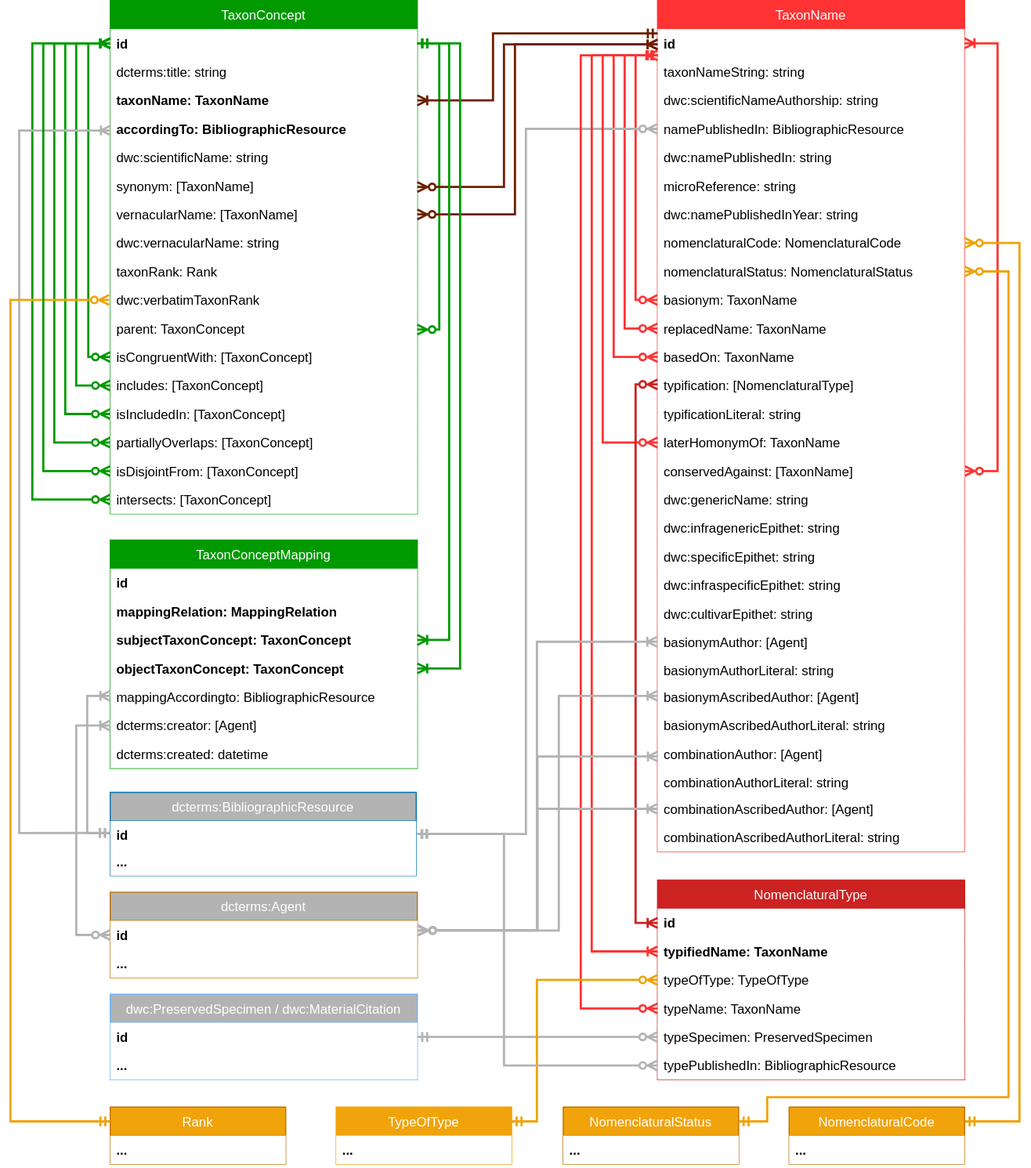
tdwg/tcs2 keeps this draw.io diagram as docs/media/tcs-diagram.drawio.svg. Above is the earlier version. Source tidied: cells renumbered, new cells last; positions are measured from the earlier drawing's top-left corner, leaving out a move shared by most shapes.
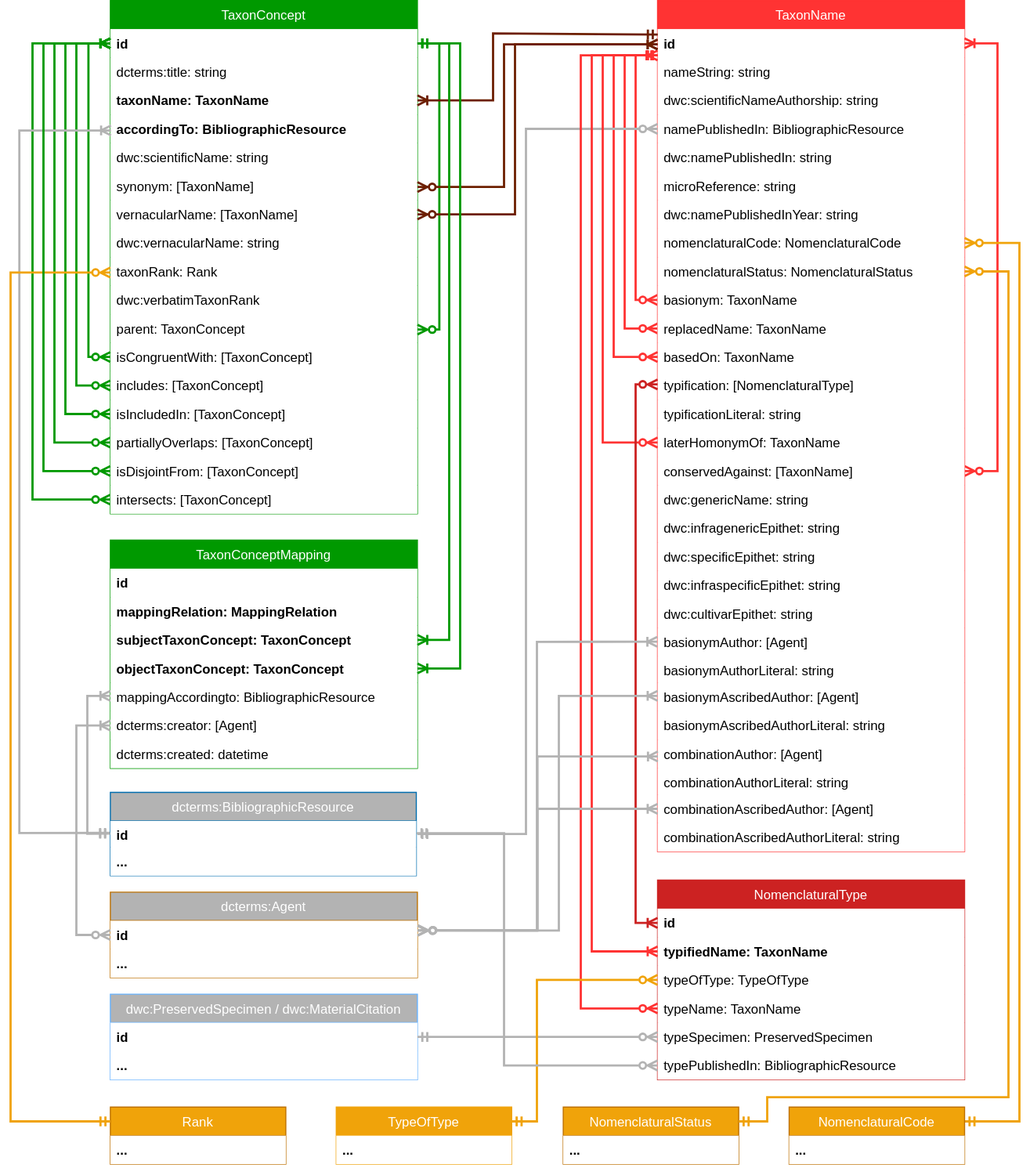
The same file after the commit.

The edit, as a diff of the source:
```diff
@@ -111,7 +111,7 @@
     <mxCell id="27" value="id" style="text;strokeColor=none;align=left;verticalAlign=top;spacingLeft=4;spacingRight=4;overflow=hidden;points=[[0,0.5],[1,0.5]];portConstraint=eastwest;fontStyle=1;fillColor=#ffffff;" parent="26" vertex="1">
       <mxGeometry y="26" width="280" height="26" as="geometry" />
     </mxCell>
-    <mxCell id="28" value="taxonNameString: string" style="text;strokeColor=none;align=left;verticalAlign=top;spacingLeft=4;spacingRight=4;overflow=hidden;fillColor=#ffffff;" parent="26" vertex="1">
+    <mxCell id="28" value="nameString: string" style="text;strokeColor=none;align=left;verticalAlign=top;spacingLeft=4;spacingRight=4;overflow=hidden;fillColor=#ffffff;" parent="26" vertex="1">
       <mxGeometry y="52" width="280" height="26" as="geometry" />
     </mxCell>
     <mxCell id="29" value="dwc:scientificNameAuthorship: string" style="text;strokeColor=none;align=left;verticalAlign=top;spacingLeft=4;spacingRight=4;overflow=hidden;fillColor=#ffffff;" parent="26" vertex="1">
@@ -386,11 +386,10 @@
         </Array>
       </mxGeometry>
     </mxCell>
-    <mxCell id="92" style="edgeStyle=orthogonalEdgeStyle;rounded=0;jettySize=auto;html=1;entryX=0;entryY=0.25;entryDx=0;entryDy=0;strokeColor=#F0A30A;strokeWidth=2;startArrow=ERzeroToMany;startFill=0;endArrow=ERmandOne;endFill=0;" parent="1" edge="1" target="70">
+    <mxCell id="92" style="edgeStyle=orthogonalEdgeStyle;rounded=0;jettySize=auto;html=1;entryX=0;entryY=0.25;entryDx=0;entryDy=0;strokeColor=#F0A30A;strokeWidth=2;startArrow=ERzeroToMany;startFill=0;endArrow=ERmandOne;endFill=0;exitX=0;exitY=0.538;exitDx=0;exitDy=0;exitPerimeter=0;" parent="1" edge="1" source="11" target="70">
       <mxGeometry relative="1" as="geometry">
-        <mxPoint x="90" y="273" as="sourcePoint" />
         <Array as="points">
-          <mxPoint y="273" />
+          <mxPoint y="248" />
           <mxPoint y="1022" />
         </Array>
       </mxGeometry>
```
